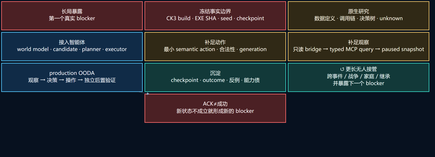
This is docs/project-causality-architecture/rendered/03-loop-b-agent-capability.png from XenoAmess/ck3_eternal_recurrence, a Mermaid export, as it was before one commit. Its source is kept beside it as docs/project-causality-architecture/src/03-loop-b-agent-capability.mmd. The source it was exported from:
```mermaid
block-beta
    columns 3
    B1["长局暴露<br/>第一个真实 blocker"] B2["冻结事实边界<br/>CK3 build · EXE SHA · seed · checkpoint"] B3["原生研究<br/>数据定义 · 调用链 · 决策树 · unknown"]
    B6["接入智能体<br/>world model · candidate · planner · executor"] B5["补足动作<br/>最小 semantic action · 合法性 · generation"] B4["补足观察<br/>只读 bridge → typed MCP query → paused snapshot"]
    B7["production OODA<br/>观察 → 决策 → 操作 → 独立后置验证"] B8["沉淀<br/>checkpoint · outcome · 反例 · 能力债"] B9["↺ 更长无人接管<br/>跨事件 / 战争 / 家庭 / 继承<br/>并暴露下一个 blocker"]
    space BR["ACK≠成功<br/>新状态不成立就形成新的 blocker"] space

    B1 --> B2 --> B3 --> B4 --> B5 --> B6 --> B7 --> B8 --> B9
    B7 -.-> BR

    style B1 fill:#4b2024,stroke:#ff6b6b,color:#fff5f5,stroke-width:2px
    style B2 fill:#4b2024,stroke:#ff6b6b,color:#fff5f5,stroke-width:2px
    style B3 fill:#302916,stroke:#f3c96b,color:#fff8e7,stroke-width:2px
    style B4 fill:#302916,stroke:#f3c96b,color:#fff8e7,stroke-width:2px
    style B5 fill:#302916,stroke:#f3c96b,color:#fff8e7,stroke-width:2px
    style B6 fill:#102b47,stroke:#55c8ff,color:#f4f8ff,stroke-width:2px
    style B7 fill:#102b47,stroke:#55c8ff,color:#f4f8ff,stroke-width:2px
    style B8 fill:#123939,stroke:#38d6c5,color:#effffd,stroke-width:2px
    style B9 fill:#123939,stroke:#38d6c5,color:#effffd,stroke-width:2px
    style BR fill:#4b2024,stroke:#ff6b6b,color:#fff5f5,stroke-width:2px
```
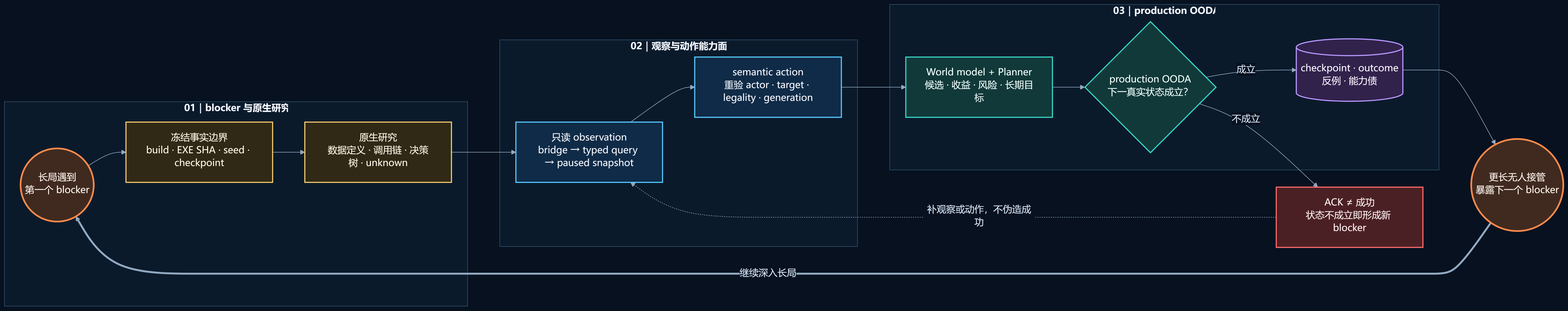
The same diagram one commit later.

What changed in the source:
```diff
@@ -1,20 +1,47 @@
-block-beta
-    columns 3
-    B1["长局暴露<br/>第一个真实 blocker"] B2["冻结事实边界<br/>CK3 build · EXE SHA · seed · checkpoint"] B3["原生研究<br/>数据定义 · 调用链 · 决策树 · unknown"]
-    B6["接入智能体<br/>world model · candidate · planner · executor"] B5["补足动作<br/>最小 semantic action · 合法性 · generation"] B4["补足观察<br/>只读 bridge → typed MCP query → paused snapshot"]
-    B7["production OODA<br/>观察 → 决策 → 操作 → 独立后置验证"] B8["沉淀<br/>checkpoint · outcome · 反例 · 能力债"] B9["↺ 更长无人接管<br/>跨事件 / 战争 / 家庭 / 继承<br/>并暴露下一个 blocker"]
-    space BR["ACK≠成功<br/>新状态不成立就形成新的 blocker"] space
+flowchart LR
+    subgraph DISCOVERY["01｜blocker 与原生研究"]
+      direction TB
+      B1(("长局遇到<br/>第一个 blocker"))
+      B2["冻结事实边界<br/>build · EXE SHA · seed · checkpoint"]
+      B3["原生研究<br/>数据定义 · 调用链 · 决策树 · unknown"]
+      B1 --> B2 --> B3
+    end
 
-    B1 --> B2 --> B3 --> B4 --> B5 --> B6 --> B7 --> B8 --> B9
-    B7 -.-> BR
+    subgraph CAPABILITY["02｜观察与动作能力面"]
+      direction TB
+      B4["只读 observation<br/>bridge → typed query → paused snapshot"]
+      B5["semantic action<br/>重验 actor · target · legality · generation"]
+      B4 --> B5
+    end
 
-    style B1 fill:#4b2024,stroke:#ff6b6b,color:#fff5f5,stroke-width:2px
-    style B2 fill:#4b2024,stroke:#ff6b6b,color:#fff5f5,stroke-width:2px
-    style B3 fill:#302916,stroke:#f3c96b,color:#fff8e7,stroke-width:2px
-    style B4 fill:#302916,stroke:#f3c96b,color:#fff8e7,stroke-width:2px
-    style B5 fill:#302916,stroke:#f3c96b,color:#fff8e7,stroke-width:2px
-    style B6 fill:#102b47,stroke:#55c8ff,color:#f4f8ff,stroke-width:2px
-    style B7 fill:#102b47,stroke:#55c8ff,color:#f4f8ff,stroke-width:2px
-    style B8 fill:#123939,stroke:#38d6c5,color:#effffd,stroke-width:2px
-    style B9 fill:#123939,stroke:#38d6c5,color:#effffd,stroke-width:2px
-    style BR fill:#4b2024,stroke:#ff6b6b,color:#fff5f5,stroke-width:2px
+    subgraph AUTONOMY["03｜production OODA"]
+      direction TB
+      B6["World model + Planner<br/>候选 · 收益 · 风险 · 长期目标"]
+      B7{"production OODA<br/>下一真实状态成立？"}
+      B8[("checkpoint · outcome<br/>反例 · 能力债")]
+      B6 --> B7
+      B7 -- "成立" --> B8
+    end
+
+    B9(("更长无人接管<br/>暴露下一个 blocker"))
+    BR["ACK ≠ 成功<br/>状态不成立即形成新 blocker"]
+
+    B3 --> B4
+    B5 --> B6
+    B7 -- "不成立" --> BR
+    BR -. "补观察或动作，不伪造成功" .-> B4
+    B8 --> B9
+    B9 == "继续深入长局" ==> B1
+
+    class B1,B9 loop;
+    class B2,B3 research;
+    class B4,B5 capability;
+    class B6,B7 agent;
+    class B8 evidence;
+    class BR red;
+    classDef loop fill:#402a1f,stroke:#ff8a4c,color:#fff6ef,stroke-width:3px;
+    classDef research fill:#302916,stroke:#f3c96b,color:#fff8e7,stroke-width:2px;
+    classDef capability fill:#102b47,stroke:#55c8ff,color:#f4f8ff,stroke-width:2px;
+    classDef agent fill:#123939,stroke:#38d6c5,color:#effffd,stroke-width:2px;
+    classDef evidence fill:#31224b,stroke:#b796ff,color:#faf6ff,stroke-width:2px;
+    classDef red fill:#4b2024,stroke:#ff6b6b,color:#fff5f5,stroke-width:2px;
```
